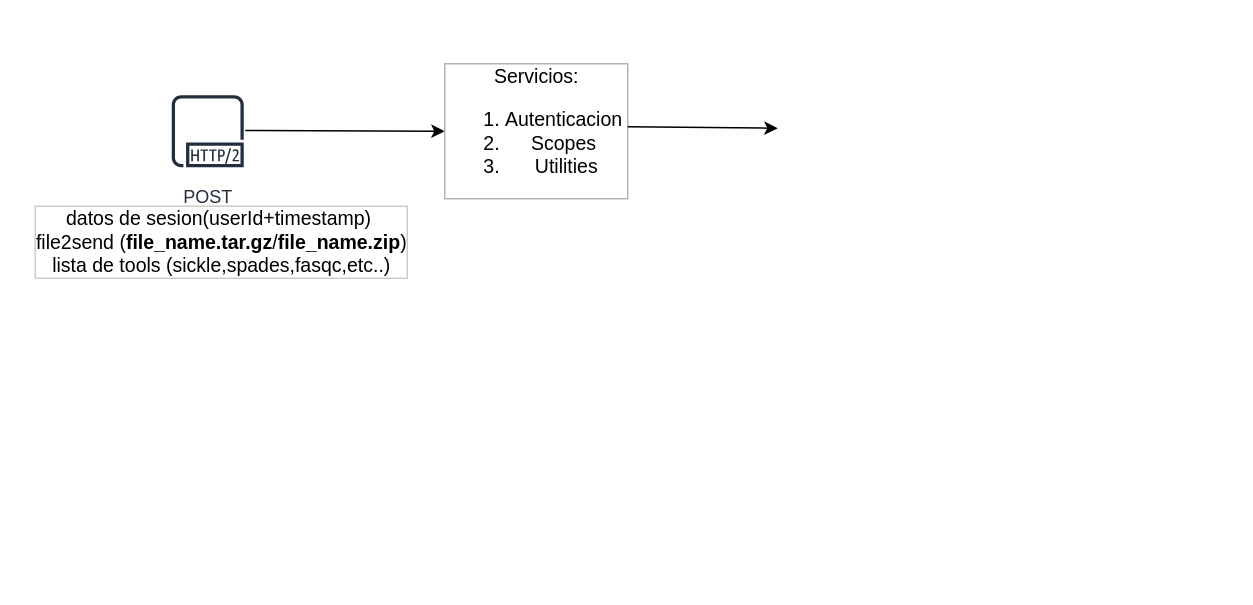
ldipotetjob/genx keeps this draw.io diagram as page "Page-3" (3 of 3) of GenXcloudImpl.drawio. Above is the earlier version. Source tidied: cells renumbered, new cells numbered last; positions are measured from the earlier drawing's top-left corner, leaving out a move shared by most shapes. Both pictures are drawn from the tidied source at 150%, with x=0, y=0 at pixel (26, 56).
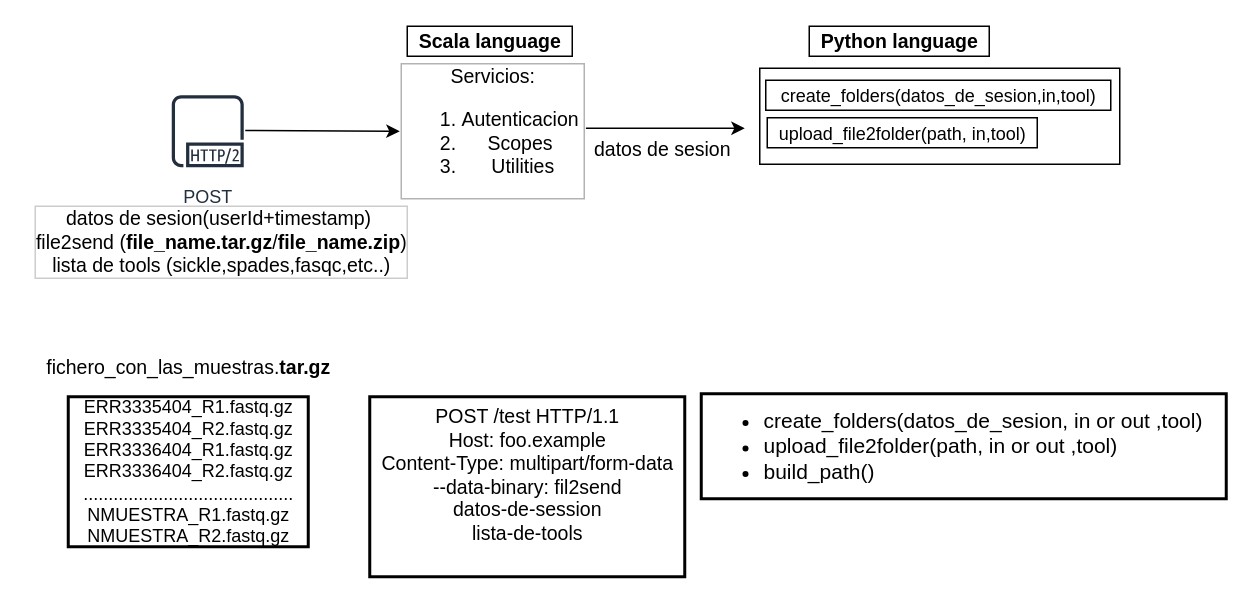
The same diagram, later.

Commit message:
configuring diagram

Diff of the diagram source:
```diff
@@
 <mxGraphModel>
   <root>
     <mxCell id="0" />
     <mxCell id="1" parent="0" />
+    <mxCell id="7" style="verticalLabelPosition=bottom;verticalAlign=top;html=1;shape=mxgraph.basic.rect;fillColor2=none;strokeWidth=1;size=20;indent=5;fontSize=13;" parent="1" vertex="1">
+      <mxGeometry x="489" y="8" width="240" height="64" as="geometry" />
+    </mxCell>
     <mxCell id="2" value="POST" style="fontColor=#232F3E;gradientColor=none;strokeColor=#232F3E;fillColor=#ffffff;dashed=0;verticalLabelPosition=bottom;verticalAlign=top;align=center;html=1;fontSize=12;fontStyle=0;shape=mxgraph.aws4.resourceIcon;resIcon=mxgraph.aws4.http2_protocol;" parent="1" vertex="1">
       <mxGeometry x="91" y="20" width="60" height="60" as="geometry" />
     </mxCell>
     <mxCell id="3" value="datos de sesion(userId+timestamp)&amp;nbsp;&lt;br&gt;file2send&lt;b&gt; &lt;/b&gt;(&lt;b&gt;file_name.tar.gz&lt;/b&gt;/&lt;b&gt;file_name.zip&lt;/b&gt;)&lt;br&gt;lista de tools (sickle,spades,fasqc,etc..)" style="text;align=center;verticalAlign=middle;strokeColor=none;fillColor=none;fontSize=13;labelBorderColor=#CCCCCC;html=1;" parent="1" vertex="1">
       <mxGeometry y="99" width="260" height="50" as="geometry" />
     </mxCell>
     <mxCell id="4" style="endArrow=classic;html=1;rounded=0;fontSize=13;" parent="1" edge="1">
       <mxGeometry relative="1" as="geometry">
         <mxPoint x="146" y="49.5" as="sourcePoint" />
-        <mxPoint x="279" y="50" as="targetPoint" />
+        <mxPoint x="249" y="50" as="targetPoint" />
       </mxGeometry>
     </mxCell>
     <mxCell id="5" value="Servicios:&lt;br&gt;&lt;ol&gt;&lt;li&gt;Autenticacion&amp;nbsp;&lt;/li&gt;&lt;li&gt;Scopes&amp;nbsp;&lt;/li&gt;&lt;li&gt;Utilities&lt;/li&gt;&lt;/ol&gt;" style="text;html=1;align=center;verticalAlign=middle;strokeColor=none;fillColor=none;fontSize=13;labelBorderColor=#B3B3B3;" parent="1" vertex="1">
-      <mxGeometry x="270" width="140" height="100" as="geometry" />
+      <mxGeometry x="241" width="140" height="100" as="geometry" />
     </mxCell>
-    <mxCell id="6" style="endArrow=classic;html=1;rounded=0;fontSize=13;" parent="1" edge="1">
+    <mxCell id="6" style="endArrow=classic;html=1;rounded=0;fontSize=13;exitX=0.979;exitY=0.48;exitDx=0;exitDy=0;exitPerimeter=0;" parent="1" edge="1">
       <mxGeometry relative="1" as="geometry">
-        <mxPoint x="401" y="47" as="sourcePoint" />
-        <mxPoint x="501" y="48" as="targetPoint" />
+        <mxPoint x="373.1" y="48" as="sourcePoint" />
+        <mxPoint x="479" y="48" as="targetPoint" />
       </mxGeometry>
     </mxCell>
+    <mxCell id="8" value="&lt;div&gt;ERR3335404_R1.fastq.gz&lt;/div&gt;&lt;div&gt;ERR3335404_R2.fastq.gz&lt;/div&gt;&lt;div&gt;&lt;div&gt;ERR3336404_R1.fastq.gz&lt;/div&gt;&lt;div&gt;ERR3336404_R2.fastq.gz&lt;/div&gt;&lt;/div&gt;&lt;div&gt;..........................................&lt;/div&gt;&lt;div&gt;&lt;div&gt;NMUESTRA_R1.fastq.gz&lt;/div&gt;&lt;div&gt;&lt;span&gt;NMUESTRA&lt;/span&gt;_R2.fastq.gz&lt;/div&gt;&lt;/div&gt;" style="text;html=1;align=center;verticalAlign=middle;strokeColor=default;fillColor=none;strokeWidth=2;" parent="1" vertex="1">
+      <mxGeometry x="28" y="227" width="160" height="100" as="geometry" />
+    </mxCell>
+    <mxCell id="9" value="&lt;font style=&quot;font-size: 13px&quot;&gt;fichero_con_las_muestras.&lt;b&gt;tar.gz&lt;/b&gt;&lt;/font&gt;" style="text;html=1;align=center;verticalAlign=middle;strokeColor=none;fillColor=none;" parent="1" vertex="1">
+      <mxGeometry x="8" y="197" width="200" height="20" as="geometry" />
+    </mxCell>
+    <mxCell id="10" value="&lt;div&gt;POST /test HTTP/1.1&lt;/div&gt;&lt;div&gt;Host: foo.example&lt;/div&gt;&lt;div&gt;Content-Type: multipart/form-data&lt;/div&gt;&lt;div&gt;--data-binary: fil2send&lt;/div&gt;&lt;div&gt;datos-de-session&lt;/div&gt;&lt;div&gt;lista-de-tools&lt;/div&gt;&lt;div&gt;&lt;br&gt;&lt;/div&gt;" style="text;html=1;align=center;verticalAlign=middle;strokeColor=default;fillColor=none;fontSize=13;strokeWidth=2;" parent="1" vertex="1">
+      <mxGeometry x="229" y="227" width="210" height="120" as="geometry" />
+    </mxCell>
+    <mxCell id="11" value="&lt;b&gt;Scala language&lt;/b&gt;" style="text;html=1;align=center;verticalAlign=middle;strokeColor=default;fillColor=none;fontSize=13;" parent="1" vertex="1">
+      <mxGeometry x="254" y="-20" width="110" height="20" as="geometry" />
+    </mxCell>
+    <mxCell id="12" value="&lt;font style=&quot;font-size: 12px&quot;&gt;create_folders(datos_de_sesion,in,tool)&lt;/font&gt;" style="text;html=1;align=center;verticalAlign=middle;strokeColor=default;fillColor=none;fontSize=13;" parent="1" vertex="1">
+      <mxGeometry x="493" y="16" width="230" height="20" as="geometry" />
+    </mxCell>
+    <mxCell id="13" value="datos de sesion" style="text;html=1;align=center;verticalAlign=middle;strokeColor=none;fillColor=none;fontSize=13;" parent="1" vertex="1">
+      <mxGeometry x="369" y="52" width="110" height="20" as="geometry" />
+    </mxCell>
+    <mxCell id="14" value="&lt;font style=&quot;font-size: 12px&quot;&gt;upload_file2folder(path, in,tool)&lt;/font&gt;" style="text;html=1;align=center;verticalAlign=middle;strokeColor=default;fillColor=none;fontSize=13;" parent="1" vertex="1">
+      <mxGeometry x="494" y="41" width="180" height="20" as="geometry" />
+    </mxCell>
+    <mxCell id="15" value="&lt;b&gt;Python language&lt;/b&gt;" style="text;html=1;align=center;verticalAlign=middle;strokeColor=default;fillColor=none;fontSize=13;" parent="1" vertex="1">
+      <mxGeometry x="522" y="-20" width="120" height="20" as="geometry" />
+    </mxCell>
+    <mxCell id="16" value="&lt;ul&gt;&lt;li&gt;&lt;font style=&quot;font-size: 14px&quot;&gt;create_folders(datos_de_sesion, in or out ,tool)&lt;/font&gt;&lt;/li&gt;&lt;li&gt;&lt;font style=&quot;font-size: 14px&quot;&gt;upload_file2folder(path, in or out ,tool)&lt;/font&gt;&lt;/li&gt;&lt;li&gt;&lt;font style=&quot;font-size: 14px&quot;&gt;build_path()&lt;/font&gt;&lt;/li&gt;&lt;/ul&gt;" style="text;html=1;align=left;verticalAlign=middle;strokeColor=default;fillColor=none;fontSize=12;strokeWidth=2;" parent="1" vertex="1">
+      <mxGeometry x="450" y="225" width="350" height="70" as="geometry" />
+    </mxCell>
   </root>
 </mxGraphModel>
```
